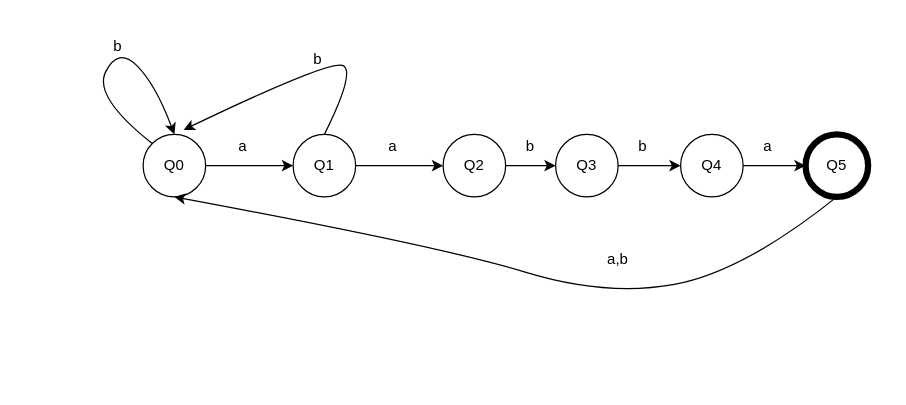
strateg1939/hello_world keeps this draw.io diagram as Untitled Diagram.drawio. Above is the earlier version. Source tidied: cells renumbered, new cells numbered last; positions are measured from the earlier drawing's top-left corner, leaving out a move shared by most shapes. Both pictures are drawn from the tidied source at 125%, with x=0, y=0 at pixel (92, 34).
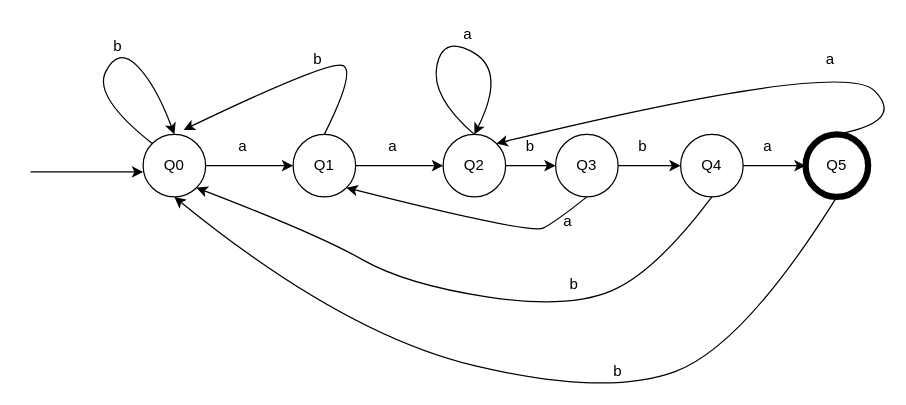
After the change.

The change refers to these unchanged cells:
```xml
<mxCell id="2" style="ellipse;whiteSpace=wrap;html=1;" parent="1" vertex="1">
  <mxGeometry x="40" y="80" width="50" height="50" as="geometry" />
</mxCell>
<mxCell id="3" value="Q1" style="ellipse;whiteSpace=wrap;html=1;" parent="1" vertex="1">
  <mxGeometry x="160" y="80" width="50" height="50" as="geometry" />
</mxCell>
<mxCell id="4" value="Q2" style="ellipse;whiteSpace=wrap;html=1;" parent="1" vertex="1">
  <mxGeometry x="280" y="80" width="50" height="50" as="geometry" />
</mxCell>
<mxCell id="12" value="Q3" style="ellipse;whiteSpace=wrap;html=1;" parent="1" vertex="1">
  <mxGeometry x="370" y="80" width="50" height="50" as="geometry" />
</mxCell>
<mxCell id="13" value="Q4" style="ellipse;whiteSpace=wrap;html=1;" parent="1" vertex="1">
  <mxGeometry x="470" y="80" width="50" height="50" as="geometry" />
</mxCell>
<mxCell id="14" value="Q5" style="ellipse;whiteSpace=wrap;html=1;strokeWidth=5;" parent="1" vertex="1">
  <mxGeometry x="570" y="80" width="50" height="50" as="geometry" />
</mxCell>
```

Change to the diagram source:
```diff
@@
     <mxCell id="21" style="curved=1;endArrow=classic;html=1;exitX=0.5;exitY=1;exitDx=0;exitDy=0;entryX=0.5;entryY=1;entryDx=0;entryDy=0;" parent="1" edge="1" source="14" target="2">
       <mxGeometry relative="1" as="geometry">
         <Array as="points">
-          <mxPoint x="520" y="190" />
-          <mxPoint x="410" y="210" />
-          <mxPoint x="280" y="170" />
+          <mxPoint x="520" y="250" />
+          <mxPoint x="410" y="290" />
+          <mxPoint x="200" y="240" />
         </Array>
       </mxGeometry>
     </mxCell>
-    <mxCell id="22" value="a,b" style="text;html=1;strokeColor=none;fillColor=none;align=center;verticalAlign=middle;whiteSpace=wrap;rounded=0;" parent="1" vertex="1">
-      <mxGeometry x="400" y="170" width="40" height="20" as="geometry" />
+    <mxCell id="22" value="b" style="text;html=1;strokeColor=none;fillColor=none;align=center;verticalAlign=middle;whiteSpace=wrap;rounded=0;" parent="1" vertex="1">
+      <mxGeometry x="400" y="260" width="40" height="20" as="geometry" />
     </mxCell>
@@
+    <mxCell id="25" style="endArrow=classic;html=1;" parent="1" edge="1">
+      <mxGeometry relative="1" as="geometry">
+        <mxPoint x="-50" y="110" as="sourcePoint" />
+        <mxPoint x="40" y="110" as="targetPoint" />
+      </mxGeometry>
+    </mxCell>
+    <mxCell id="26" style="curved=1;endArrow=classic;html=1;exitX=0.5;exitY=0;exitDx=0;exitDy=0;entryX=0.5;entryY=0;entryDx=0;entryDy=0;" parent="1" edge="1" source="4" target="4">
+      <mxGeometry relative="1" as="geometry">
+        <Array as="points">
+          <mxPoint x="270" y="50" />
+          <mxPoint x="280" />
+          <mxPoint x="330" y="30" />
+        </Array>
+      </mxGeometry>
+    </mxCell>
+    <mxCell id="27" value="a" style="text;html=1;strokeColor=none;fillColor=none;align=center;verticalAlign=middle;whiteSpace=wrap;rounded=0;" parent="1" vertex="1">
+      <mxGeometry x="280" y="-10" width="40" height="20" as="geometry" />
+    </mxCell>
+    <mxCell id="28" style="curved=1;endArrow=classic;html=1;exitX=0.5;exitY=1;exitDx=0;exitDy=0;entryX=1;entryY=1;entryDx=0;entryDy=0;" parent="1" edge="1" source="12" target="3">
+      <mxGeometry relative="1" as="geometry">
+        <Array as="points">
+          <mxPoint x="370" y="150" />
+          <mxPoint x="350" y="160" />
+        </Array>
+      </mxGeometry>
+    </mxCell>
+    <mxCell id="29" value="a" style="text;html=1;strokeColor=none;fillColor=none;align=center;verticalAlign=middle;whiteSpace=wrap;rounded=0;" parent="1" vertex="1">
+      <mxGeometry x="360" y="140" width="40" height="20" as="geometry" />
+    </mxCell>
+    <mxCell id="30" style="edgeStyle=orthogonalEdgeStyle;rounded=0;orthogonalLoop=1;jettySize=auto;html=1;exitX=0.5;exitY=1;exitDx=0;exitDy=0;" parent="1" edge="1" source="29" target="29">
+      <mxGeometry relative="1" as="geometry" />
+    </mxCell>
+    <mxCell id="31" style="curved=1;endArrow=classic;html=1;entryX=1;entryY=1;entryDx=0;entryDy=0;exitX=0.5;exitY=1;exitDx=0;exitDy=0;" parent="1" edge="1" source="13" target="2">
+      <mxGeometry relative="1" as="geometry">
+        <Array as="points">
+          <mxPoint x="450" y="190" />
+          <mxPoint x="380" y="220" />
+          <mxPoint x="250" y="200" />
+          <mxPoint x="180" y="160" />
+        </Array>
+      </mxGeometry>
+    </mxCell>
+    <mxCell id="32" value="b" style="text;html=1;strokeColor=none;fillColor=none;align=center;verticalAlign=middle;whiteSpace=wrap;rounded=0;" parent="1" vertex="1">
+      <mxGeometry x="365" y="190" width="40" height="20" as="geometry" />
+    </mxCell>
+    <mxCell id="33" style="curved=1;endArrow=classic;html=1;exitX=0.5;exitY=0;exitDx=0;exitDy=0;entryX=1;entryY=0;entryDx=0;entryDy=0;" parent="1" edge="1" source="14" target="4">
+      <mxGeometry relative="1" as="geometry">
+        <Array as="points">
+          <mxPoint x="650" y="70" />
+          <mxPoint x="600" y="20" />
+        </Array>
+      </mxGeometry>
+    </mxCell>
+    <mxCell id="34" value="a" style="text;html=1;strokeColor=none;fillColor=none;align=center;verticalAlign=middle;whiteSpace=wrap;rounded=0;" parent="1" vertex="1">
+      <mxGeometry x="570" y="10" width="40" height="20" as="geometry" />
+    </mxCell>
```
